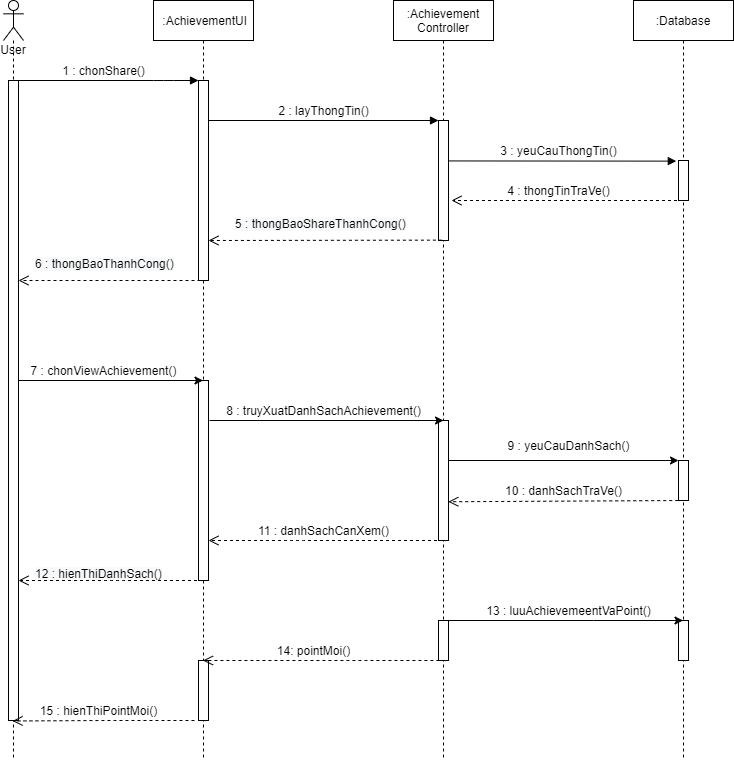
Before: ToDoApp-Doc/Document/Diagram/Sequence Diagram/Achievement/Achievement_SequenceDiagram.png, a diagram exported from draw.io (Merevoli-DatLuu/To-Do-App). Source tidied: cells renumbered, new cells last; positions are measured from the earlier drawing's top-left corner, leaving out a move shared by most shapes.
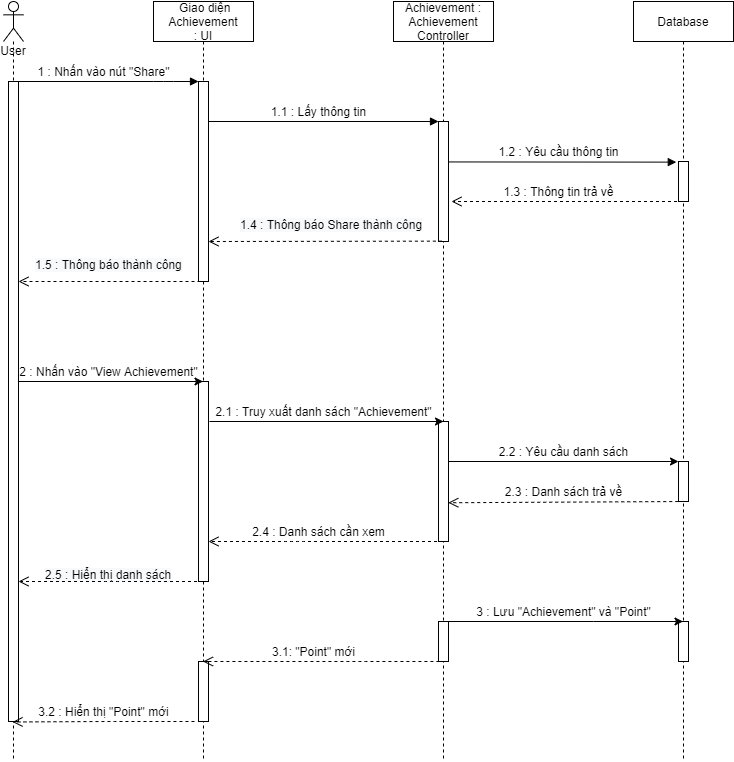
Above is the later version.

Commit message:
[Modified] : Achievement_SequenceDiagram Image

The edit, as a diff of the source:
```diff
@@ -2,7 +2,7 @@
   <root>
     <mxCell id="0" />
     <mxCell id="1" parent="0" />
-    <mxCell id="2" value="&amp;nbsp;:AchievementUI" style="shape=umlLifeline;perimeter=lifelinePerimeter;whiteSpace=wrap;html=1;outlineConnect=0;" parent="1" vertex="1">
+    <mxCell id="2" value="&amp;nbsp;Giao diện Achievement&lt;br&gt;: UI" style="shape=umlLifeline;perimeter=lifelinePerimeter;whiteSpace=wrap;html=1;outlineConnect=0;" parent="1" vertex="1">
       <mxGeometry x="150" width="100" height="760" as="geometry" />
     </mxCell>
     <mxCell id="3" style="html=1;perimeter=orthogonalPerimeter;" parent="2" vertex="1">
@@ -14,7 +14,7 @@
     <mxCell id="5" style="html=1;perimeter=orthogonalPerimeter;" parent="2" vertex="1">
       <mxGeometry x="45" y="660" width="10" height="60" as="geometry" />
     </mxCell>
-    <mxCell id="6" value=":Achievement Controller" style="shape=umlLifeline;perimeter=lifelinePerimeter;whiteSpace=wrap;html=1;outlineConnect=0;" parent="1" vertex="1">
+    <mxCell id="6" value="Achievement : Achievement Controller" style="shape=umlLifeline;perimeter=lifelinePerimeter;whiteSpace=wrap;html=1;outlineConnect=0;" parent="1" vertex="1">
       <mxGeometry x="390" width="100" height="760" as="geometry" />
     </mxCell>
     <mxCell id="7" style="html=1;points=[];perimeter=orthogonalPerimeter;" parent="6" vertex="1">
@@ -26,7 +26,7 @@
     <mxCell id="9" style="html=1;points=[];perimeter=orthogonalPerimeter;" parent="6" vertex="1">
       <mxGeometry x="45" y="620" width="10" height="40" as="geometry" />
     </mxCell>
-    <mxCell id="10" value=":Database" style="shape=umlLifeline;perimeter=lifelinePerimeter;whiteSpace=wrap;html=1;outlineConnect=0;" parent="1" vertex="1">
+    <mxCell id="10" value="Database" style="shape=umlLifeline;perimeter=lifelinePerimeter;whiteSpace=wrap;html=1;outlineConnect=0;" parent="1" vertex="1">
       <mxGeometry x="630" width="100" height="760" as="geometry" />
     </mxCell>
     <mxCell id="11" style="html=1;perimeter=orthogonalPerimeter;" parent="10" vertex="1">
@@ -53,8 +53,8 @@
         </Array>
       </mxGeometry>
     </mxCell>
-    <mxCell id="16" value="1 : chonShare()" style="text;html=1;align=center;verticalAlign=middle;" parent="1" vertex="1">
-      <mxGeometry x="50" y="60" width="100" height="20" as="geometry" />
+    <mxCell id="16" value="1 : Nhấn vào nút &quot;Share&quot;" style="text;html=1;align=center;verticalAlign=middle;" parent="1" vertex="1">
+      <mxGeometry x="25" y="60" width="150" height="20" as="geometry" />
     </mxCell>
     <mxCell id="17" style="html=1;verticalAlign=bottom;endArrow=block;" parent="1" edge="1">
       <mxGeometry relative="1" as="geometry">
@@ -62,35 +62,35 @@
         <mxPoint x="435" y="120" as="targetPoint" />
       </mxGeometry>
     </mxCell>
-    <mxCell id="18" value="2 : layThongTin()" style="text;html=1;align=center;verticalAlign=middle;" parent="1" vertex="1">
-      <mxGeometry x="265" y="100" width="110" height="20" as="geometry" />
+    <mxCell id="18" value="1.1 : Lấy thông tin" style="text;html=1;align=center;verticalAlign=middle;" parent="1" vertex="1">
+      <mxGeometry x="260" y="100" width="110" height="20" as="geometry" />
     </mxCell>
     <mxCell id="19" style="html=1;verticalAlign=bottom;endArrow=block;entryX=-0.22;entryY=0.171;entryDx=0;entryDy=0;entryPerimeter=0;exitX=1.06;exitY=0.337;exitDx=0;exitDy=0;exitPerimeter=0;" parent="1" edge="1" source="7">
       <mxGeometry relative="1" as="geometry">
         <mxPoint x="672.8" y="160.6" as="targetPoint" />
       </mxGeometry>
     </mxCell>
-    <mxCell id="20" value="3 : yeuCauThongTin()" style="text;html=1;align=center;verticalAlign=middle;" parent="1" vertex="1">
-      <mxGeometry x="490" y="140" width="130" height="20" as="geometry" />
+    <mxCell id="20" value="1.2 : Yêu cầu thông tin" style="text;html=1;align=center;verticalAlign=middle;" parent="1" vertex="1">
+      <mxGeometry x="485" y="140" width="140" height="20" as="geometry" />
     </mxCell>
-    <mxCell id="21" value="7 : chonViewAchievement()" style="text;html=1;align=center;verticalAlign=middle;" parent="1" vertex="1">
-      <mxGeometry x="20" y="360" width="160" height="20" as="geometry" />
+    <mxCell id="21" value="2 : Nhấn vào &quot;View Achievement&quot;" style="text;html=1;align=center;verticalAlign=middle;" parent="1" vertex="1">
+      <mxGeometry x="10" y="360" width="190" height="20" as="geometry" />
     </mxCell>
     <mxCell id="22" style="edgeStyle=none;rounded=0;jettySize=auto;html=1;entryX=0.5;entryY=0;entryDx=0;entryDy=0;entryPerimeter=0;" parent="1" edge="1" target="8">
       <mxGeometry relative="1" as="geometry">
         <mxPoint x="206" y="420" as="sourcePoint" />
       </mxGeometry>
     </mxCell>
-    <mxCell id="23" value="8 : truyXuatDanhSachAchievement()" style="text;html=1;align=center;verticalAlign=middle;" parent="1" vertex="1">
-      <mxGeometry x="215" y="400" width="210" height="20" as="geometry" />
+    <mxCell id="23" value="2.1 : Truy xuất danh sách &quot;Achievement&quot;" style="text;html=1;align=center;verticalAlign=middle;" parent="1" vertex="1">
+      <mxGeometry x="205" y="400" width="230" height="20" as="geometry" />
     </mxCell>
     <mxCell id="24" style="edgeStyle=none;rounded=0;jettySize=auto;html=1;entryX=-0.22;entryY=0.611;entryDx=0;entryDy=0;entryPerimeter=0;" parent="1" edge="1" source="8">
       <mxGeometry relative="1" as="geometry">
         <mxPoint x="675" y="460" as="targetPoint" />
       </mxGeometry>
     </mxCell>
-    <mxCell id="25" value="9 : yeuCauDanhSach()" style="text;html=1;align=center;verticalAlign=middle;" parent="1" vertex="1">
-      <mxGeometry x="495" y="435" width="140" height="20" as="geometry" />
+    <mxCell id="25" value="2.2 : Yêu cầu danh sách" style="text;html=1;align=center;verticalAlign=middle;" parent="1" vertex="1">
+      <mxGeometry x="485" y="440" width="150" height="20" as="geometry" />
     </mxCell>
     <mxCell id="26" value="User" style="shape=umlLifeline;participant=umlActor;perimeter=lifelinePerimeter;whiteSpace=wrap;html=1;verticalAlign=top;spacingTop=36;" parent="1" vertex="1">
       <mxGeometry width="20" height="760" as="geometry" />
@@ -115,11 +115,11 @@
         <mxPoint x="448" y="200" as="targetPoint" />
       </mxGeometry>
     </mxCell>
-    <mxCell id="31" value="4 : thongTinTraVe()" style="text;html=1;align=center;verticalAlign=middle;" parent="1" vertex="1">
-      <mxGeometry x="495" y="180" width="120" height="20" as="geometry" />
+    <mxCell id="31" value="1.3 : Thông tin trả về" style="text;html=1;align=center;verticalAlign=middle;" parent="1" vertex="1">
+      <mxGeometry x="490" y="180" width="130" height="20" as="geometry" />
     </mxCell>
-    <mxCell id="32" value="&lt;span style=&quot;color: rgb(0 , 0 , 0) ; font-family: &amp;#34;helvetica&amp;#34; ; font-size: 12px ; font-style: normal ; font-weight: 400 ; letter-spacing: normal ; text-align: center ; text-indent: 0px ; text-transform: none ; word-spacing: 0px ; background-color: rgb(248 , 249 , 250) ; display: inline ; float: none&quot;&gt;5 : thongBaoShareThanhCong()&lt;/span&gt;" style="text;whiteSpace=wrap;html=1;" parent="1" vertex="1">
-      <mxGeometry x="230" y="210" width="240" height="30" as="geometry" />
+    <mxCell id="32" value="&lt;span style=&quot;color: rgb(0 , 0 , 0) ; font-family: &amp;#34;helvetica&amp;#34; ; font-size: 12px ; font-style: normal ; font-weight: 400 ; letter-spacing: normal ; text-align: center ; text-indent: 0px ; text-transform: none ; word-spacing: 0px ; background-color: rgb(248 , 249 , 250) ; display: inline ; float: none&quot;&gt;1.4 : Thông báo Share thành công&lt;/span&gt;" style="text;whiteSpace=wrap;html=1;" parent="1" vertex="1">
+      <mxGeometry x="235" y="210" width="190" height="30" as="geometry" />
     </mxCell>
     <mxCell id="33" style="html=1;verticalAlign=bottom;endArrow=open;dashed=1;endSize=8;" parent="1" edge="1">
       <mxGeometry relative="1" as="geometry">
@@ -127,7 +127,7 @@
         <mxPoint x="15" y="280" as="targetPoint" />
       </mxGeometry>
     </mxCell>
-    <mxCell id="34" value="&lt;span style=&quot;color: rgb(0 , 0 , 0) ; font-family: &amp;#34;helvetica&amp;#34; ; font-size: 12px ; font-style: normal ; font-weight: 400 ; letter-spacing: normal ; text-align: center ; text-indent: 0px ; text-transform: none ; word-spacing: 0px ; background-color: rgb(248 , 249 , 250) ; display: inline ; float: none&quot;&gt;6 : thongBaoThanhCong()&lt;/span&gt;" style="text;whiteSpace=wrap;html=1;" parent="1" vertex="1">
+    <mxCell id="34" value="&lt;span style=&quot;color: rgb(0 , 0 , 0) ; font-family: &amp;#34;helvetica&amp;#34; ; font-size: 12px ; font-style: normal ; font-weight: 400 ; letter-spacing: normal ; text-align: center ; text-indent: 0px ; text-transform: none ; word-spacing: 0px ; background-color: rgb(248 , 249 , 250) ; display: inline ; float: none&quot;&gt;1.5 : Thông báo thành công&lt;/span&gt;" style="text;whiteSpace=wrap;html=1;" parent="1" vertex="1">
       <mxGeometry x="30" y="250" width="150" height="30" as="geometry" />
     </mxCell>
     <mxCell id="35" style="html=1;verticalAlign=bottom;endArrow=open;dashed=1;endSize=8;entryX=0.98;entryY=0.677;entryDx=0;entryDy=0;entryPerimeter=0;" parent="1" edge="1" target="8">
@@ -135,14 +135,14 @@
         <mxPoint x="680.8" y="500" as="sourcePoint" />
       </mxGeometry>
     </mxCell>
-    <mxCell id="36" value="10 : danhSachTraVe()" style="text;html=1;align=center;verticalAlign=middle;" parent="1" vertex="1">
+    <mxCell id="36" value="2.3 : Danh sách trả về" style="text;html=1;align=center;verticalAlign=middle;" parent="1" vertex="1">
       <mxGeometry x="495" y="480" width="130" height="20" as="geometry" />
     </mxCell>
-    <mxCell id="37" value="&lt;span style=&quot;font-family: &amp;#34;helvetica&amp;#34;&quot;&gt;11 : danhSachCanXem()&lt;/span&gt;" style="text;html=1;align=center;verticalAlign=middle;" parent="1" vertex="1">
-      <mxGeometry x="245" y="520" width="150" height="20" as="geometry" />
+    <mxCell id="37" value="&lt;span style=&quot;font-family: &amp;#34;helvetica&amp;#34;&quot;&gt;2.4 : Danh sách cần xem&lt;/span&gt;" style="text;html=1;align=center;verticalAlign=middle;" parent="1" vertex="1">
+      <mxGeometry x="240" y="520" width="150" height="20" as="geometry" />
     </mxCell>
-    <mxCell id="38" value="&lt;span style=&quot;color: rgb(0 , 0 , 0) ; font-family: &amp;#34;helvetica&amp;#34; ; font-size: 12px ; font-style: normal ; font-weight: 400 ; letter-spacing: normal ; text-align: center ; text-indent: 0px ; text-transform: none ; word-spacing: 0px ; background-color: rgb(248 , 249 , 250) ; display: inline ; float: none&quot;&gt;12 : hienThiDanhSach()&lt;/span&gt;" style="text;whiteSpace=wrap;html=1;" parent="1" vertex="1">
-      <mxGeometry x="30" y="560" width="180" height="30" as="geometry" />
+    <mxCell id="38" value="&lt;span style=&quot;color: rgb(0 , 0 , 0) ; font-family: &amp;#34;helvetica&amp;#34; ; font-size: 12px ; font-style: normal ; font-weight: 400 ; letter-spacing: normal ; text-align: center ; text-indent: 0px ; text-transform: none ; word-spacing: 0px ; background-color: rgb(248 , 249 , 250) ; display: inline ; float: none&quot;&gt;2.5 : Hiển thị danh sách&lt;/span&gt;" style="text;whiteSpace=wrap;html=1;" parent="1" vertex="1">
+      <mxGeometry x="40" y="560" width="180" height="30" as="geometry" />
     </mxCell>
     <mxCell id="39" style="html=1;verticalAlign=bottom;endArrow=open;dashed=1;endSize=8;" parent="1" edge="1" source="2" target="27">
       <mxGeometry relative="1" as="geometry">
@@ -158,14 +158,14 @@
         </Array>
       </mxGeometry>
     </mxCell>
-    <mxCell id="41" value="13 : luuAchievemeentVaPoint()" style="text;html=1;align=center;verticalAlign=middle;" parent="1" vertex="1">
-      <mxGeometry x="475" y="600" width="180" height="20" as="geometry" />
+    <mxCell id="41" value="3 : Lưu &quot;Achievement&quot; và &quot;Point&quot;" style="text;html=1;align=center;verticalAlign=middle;" parent="1" vertex="1">
+      <mxGeometry x="465" y="600" width="190" height="20" as="geometry" />
     </mxCell>
-    <mxCell id="42" value="14: pointMoi()" style="text;html=1;align=center;verticalAlign=middle;" parent="1" vertex="1">
-      <mxGeometry x="265" y="640" width="90" height="20" as="geometry" />
+    <mxCell id="42" value="3.1: &quot;Point&quot; mới" style="text;html=1;align=center;verticalAlign=middle;" parent="1" vertex="1">
+      <mxGeometry x="260" y="640" width="100" height="20" as="geometry" />
     </mxCell>
-    <mxCell id="43" value="15 : hienThiPointMoi()" style="text;html=1;align=center;verticalAlign=middle;" parent="1" vertex="1">
-      <mxGeometry x="30" y="700" width="130" height="20" as="geometry" />
+    <mxCell id="43" value="3.2 : Hiển thị &quot;Point&quot; mới" style="text;html=1;align=center;verticalAlign=middle;" parent="1" vertex="1">
+      <mxGeometry x="25" y="700" width="150" height="20" as="geometry" />
     </mxCell>
     <mxCell id="44" style="html=1;verticalAlign=bottom;endArrow=open;dashed=1;endSize=8;entryX=1.26;entryY=0.782;entryDx=0;entryDy=0;entryPerimeter=0;" parent="1" edge="1">
       <mxGeometry relative="1" as="geometry">
```
